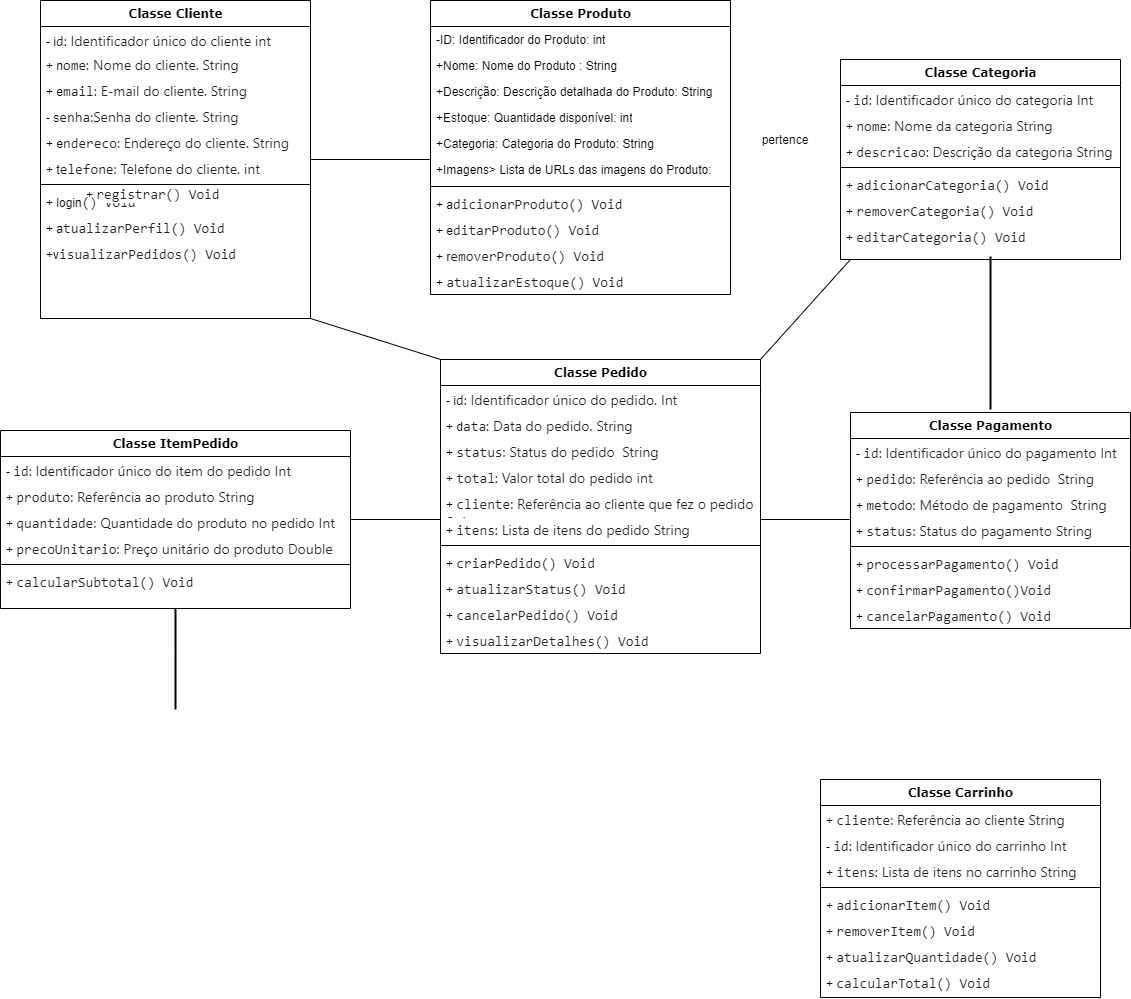
This is Diagrama sem nome.drawio.png from FabriciaGRibeiro/diagrama-de-classes-, a draw.io export, as it was before one commit. Source tidied: cells renumbered, new cells last; positions are measured from the earlier drawing's top-left corner, leaving out a move shared by most shapes.
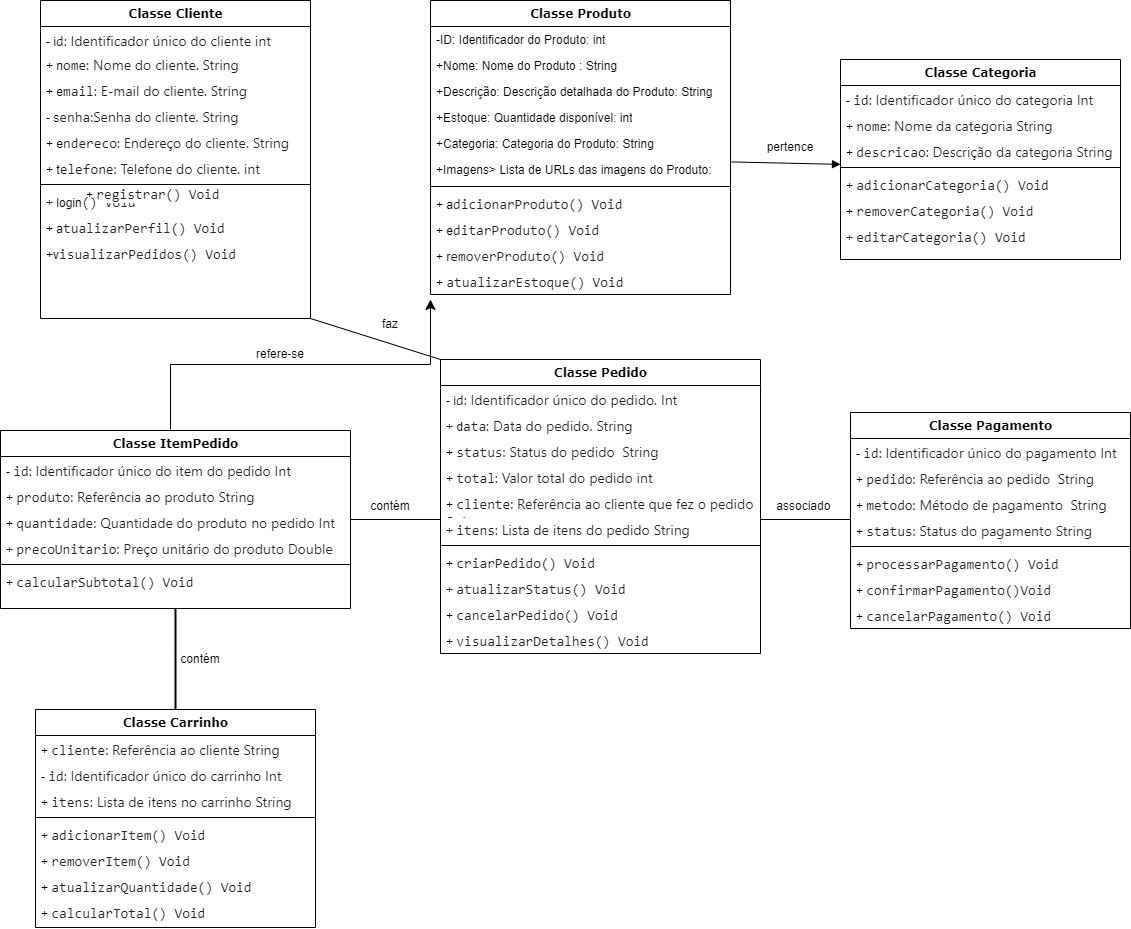
Later version of the same file.

The edit, as a diff of the source:
```diff
@@ -137,7 +137,7 @@
       <mxGeometry y="138" width="350" height="26" as="geometry" />
     </mxCell>
     <mxCell id="46" value="Classe Carrinho" style="swimlane;html=1;fontStyle=1;align=center;verticalAlign=top;horizontal=1;startSize=26;swimlaneFillColor=#ffffff;rounded=0;shadow=0;comic=0;labelBackgroundColor=none;strokeWidth=1;fillColor=none;fontFamily=Verdana;fontSize=12;" parent="1" vertex="1">
-      <mxGeometry x="820" y="779" width="280" height="218" as="geometry" />
+      <mxGeometry x="35" y="709" width="280" height="218" as="geometry" />
     </mxCell>
     <mxCell id="47" value="+&amp;nbsp;&lt;code style=&quot;color: rgb(36, 36, 36); background-color: var(--colorNeutralBackground1); overflow-wrap: break-word; font-size: 14px;&quot;&gt;cliente&lt;/code&gt;&lt;span style=&quot;color: rgb(36, 36, 36); font-family: &amp;quot;Segoe UI&amp;quot;, &amp;quot;Segoe UI Web (West European)&amp;quot;, -apple-system, BlinkMacSystemFont, Roboto, &amp;quot;Helvetica Neue&amp;quot;, sans-serif; font-size: 14px; background-color: rgb(255, 255, 255);&quot;&gt;: Referência ao cliente String&lt;/span&gt;" style="text;html=1;strokeColor=none;fillColor=none;align=left;verticalAlign=top;spacingLeft=4;spacingRight=4;whiteSpace=wrap;overflow=hidden;" parent="46" vertex="1">
       <mxGeometry y="26" width="280" height="26" as="geometry" />
@@ -217,23 +217,12 @@
     <mxCell id="72" value="+ &lt;span style=&quot;color: rgb(36, 36, 36); font-family: monospace; font-size: 14px; background-color: rgb(255, 255, 255);&quot;&gt;registrar() Void&lt;/span&gt;" style="text;html=1;strokeColor=none;fillColor=none;align=left;verticalAlign=top;spacingLeft=4;spacingRight=4;whiteSpace=wrap;overflow=hidden;" parent="1" vertex="1">
       <mxGeometry x="80" y="180" width="270" height="26" as="geometry" />
     </mxCell>
-    <mxCell id="73" style="line;strokeWidth=1;fillColor=none;align=left;verticalAlign=middle;spacingTop=-1;spacingLeft=3;spacingRight=3;labelPosition=right;strokeColor=inherit;" parent="1" vertex="1">
-      <mxGeometry x="310" y="155" width="120" height="8" as="geometry" />
-    </mxCell>
     <mxCell id="74" style="line;strokeWidth=1;fillColor=none;align=left;verticalAlign=middle;spacingTop=-1;spacingLeft=3;spacingRight=3;labelPosition=right;strokeColor=inherit;" parent="1" vertex="1">
       <mxGeometry x="350" y="479" width="90" height="80" as="geometry" />
     </mxCell>
     <mxCell id="75" style="line;strokeWidth=1;fillColor=none;align=left;verticalAlign=middle;spacingTop=-1;spacingLeft=3;spacingRight=3;labelPosition=right;strokeColor=inherit;" parent="1" vertex="1">
       <mxGeometry x="760" y="515" width="90" height="8" as="geometry" />
     </mxCell>
-    <mxCell id="76" style="line;strokeWidth=2;direction=south;html=1;" parent="1" vertex="1">
-      <mxGeometry x="985" y="256" width="10" height="153" as="geometry" />
-    </mxCell>
-    <mxCell id="77" style="endArrow=none;html=1;rounded=0;exitX=1;exitY=0;exitDx=0;exitDy=0;" parent="1" edge="1" source="25">
-      <mxGeometry relative="1" as="geometry">
-        <mxPoint x="850" y="259" as="targetPoint" />
-      </mxGeometry>
-    </mxCell>
     <mxCell id="78" style="line;strokeWidth=2;direction=south;html=1;" parent="1" vertex="1">
       <mxGeometry x="170" y="608" width="10" height="101" as="geometry" />
     </mxCell>
@@ -241,7 +230,30 @@
       <mxGeometry relative="1" as="geometry" />
     </mxCell>
     <mxCell id="80" value="pertence" style="text;strokeColor=none;align=center;fillColor=none;html=1;verticalAlign=middle;whiteSpace=wrap;rounded=0;" parent="1" vertex="1">
-      <mxGeometry x="755" y="125" width="60" height="30" as="geometry" />
+      <mxGeometry x="760" y="132" width="60" height="30" as="geometry" />
     </mxCell>
+    <mxCell id="81" style="html=1;verticalAlign=bottom;endArrow=block;curved=0;rounded=0;exitX=1;exitY=0.208;exitDx=0;exitDy=0;exitPerimeter=0;" parent="1" edge="1" source="8" target="68">
+      <mxGeometry relative="1" as="geometry" />
+    </mxCell>
+    <mxCell id="82" value="faz" style="text;strokeColor=none;align=center;fillColor=none;html=1;verticalAlign=middle;whiteSpace=wrap;rounded=0;" parent="1" vertex="1">
+      <mxGeometry x="360" y="309" width="60" height="30" as="geometry" />
+    </mxCell>
+    <mxCell id="83" value="contém" style="text;strokeColor=none;align=center;fillColor=none;html=1;verticalAlign=middle;whiteSpace=wrap;rounded=0;" parent="1" vertex="1">
+      <mxGeometry x="360" y="491" width="60" height="30" as="geometry" />
+    </mxCell>
+    <mxCell id="84" style="edgeStyle=elbowEdgeStyle;elbow=vertical;endArrow=classic;html=1;curved=0;rounded=0;endSize=8;startSize=8;entryX=0;entryY=1.192;entryDx=0;entryDy=0;entryPerimeter=0;" parent="1" edge="1" target="13">
+      <mxGeometry relative="1" as="geometry">
+        <mxPoint x="170" y="429" as="sourcePoint" />
+      </mxGeometry>
+    </mxCell>
+    <mxCell id="85" value="refere-se" style="text;strokeColor=none;align=center;fillColor=none;html=1;verticalAlign=middle;whiteSpace=wrap;rounded=0;" parent="1" vertex="1">
+      <mxGeometry x="250" y="339" width="60" height="30" as="geometry" />
+    </mxCell>
+    <mxCell id="86" value="contém" style="text;strokeColor=none;align=center;fillColor=none;html=1;verticalAlign=middle;whiteSpace=wrap;rounded=0;" parent="1" vertex="1">
+      <mxGeometry x="170" y="643.5" width="60" height="30" as="geometry" />
+    </mxCell>
+    <mxCell id="87" value="associado&amp;nbsp;" style="text;strokeColor=none;align=center;fillColor=none;html=1;verticalAlign=middle;whiteSpace=wrap;rounded=0;" parent="1" vertex="1">
+      <mxGeometry x="775" y="491" width="60" height="30" as="geometry" />
+    </mxCell>
   </root>
 </mxGraphModel>
```
